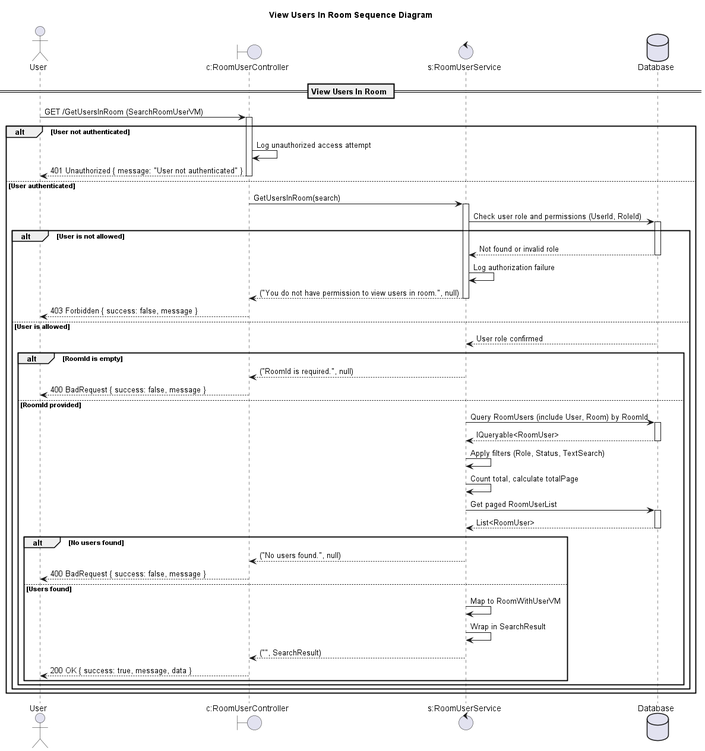
Earlier version of the PlantUML export design/out/viewroomuserssequencediagram/viewroomuserssequencediagram.png (conghoan1211/AI-Kiosk-Testing-system). Source of this version:
```plantuml
@startuml

title View Users In Room Sequence Diagram

actor "User" as Client
boundary "c:RoomUserController" as Controller
control "s:RoomUserService" as Service
database "Database" as DB

== View Users In Room ==

Client -> Controller: GET /GetUsersInRoom (SearchRoomUserVM)
activate Controller

alt User not authenticated
    Controller -> Controller: Log unauthorized access attempt
    Controller --> Client: 401 Unauthorized { message: "User not authenticated" }
    deactivate Controller
else User authenticated
    Controller -> Service: GetUsersInRoom(search)
    activate Service

    Service -> DB: Check user role and permissions (UserId, RoleId)
    activate DB
    alt User is not allowed
        DB --> Service: Not found or invalid role
        deactivate DB
        Service -> Service: Log authorization failure
        Service --> Controller: ("You do not have permission to view users in room.", null)
        deactivate Service
        Controller --> Client: 403 Forbidden { success: false, message }
        deactivate Controller
    else User is allowed
        DB --> Service: User role confirmed
        deactivate DB

        alt RoomId is empty
            Service --> Controller: ("RoomId is required.", null)
            deactivate Service
            Controller --> Client: 400 BadRequest { success: false, message }
            deactivate Controller
        else RoomId provided
            Service -> DB: Query RoomUsers (include User, Room) by RoomId
            activate DB
            DB --> Service: IQueryable<RoomUser>
            deactivate DB

            Service -> Service: Apply filters (Role, Status, TextSearch)
            Service -> Service: Count total, calculate totalPage
            Service -> DB: Get paged RoomUserList
            activate DB
            DB --> Service: List<RoomUser>
            deactivate DB

            alt No users found
                Service --> Controller: ("No users found.", null)
                deactivate Service
                Controller --> Client: 400 BadRequest { success: false, message }
                deactivate Controller
            else Users found
                Service -> Service: Map to RoomWithUserVM
                Service -> Service: Wrap in SearchResult
                Service --> Controller: ("", SearchResult)
                deactivate Service
                Controller --> Client: 200 OK { success: true, message, data }
                deactivate Controller
            end alt
        end alt
    end
end

@enduml
```
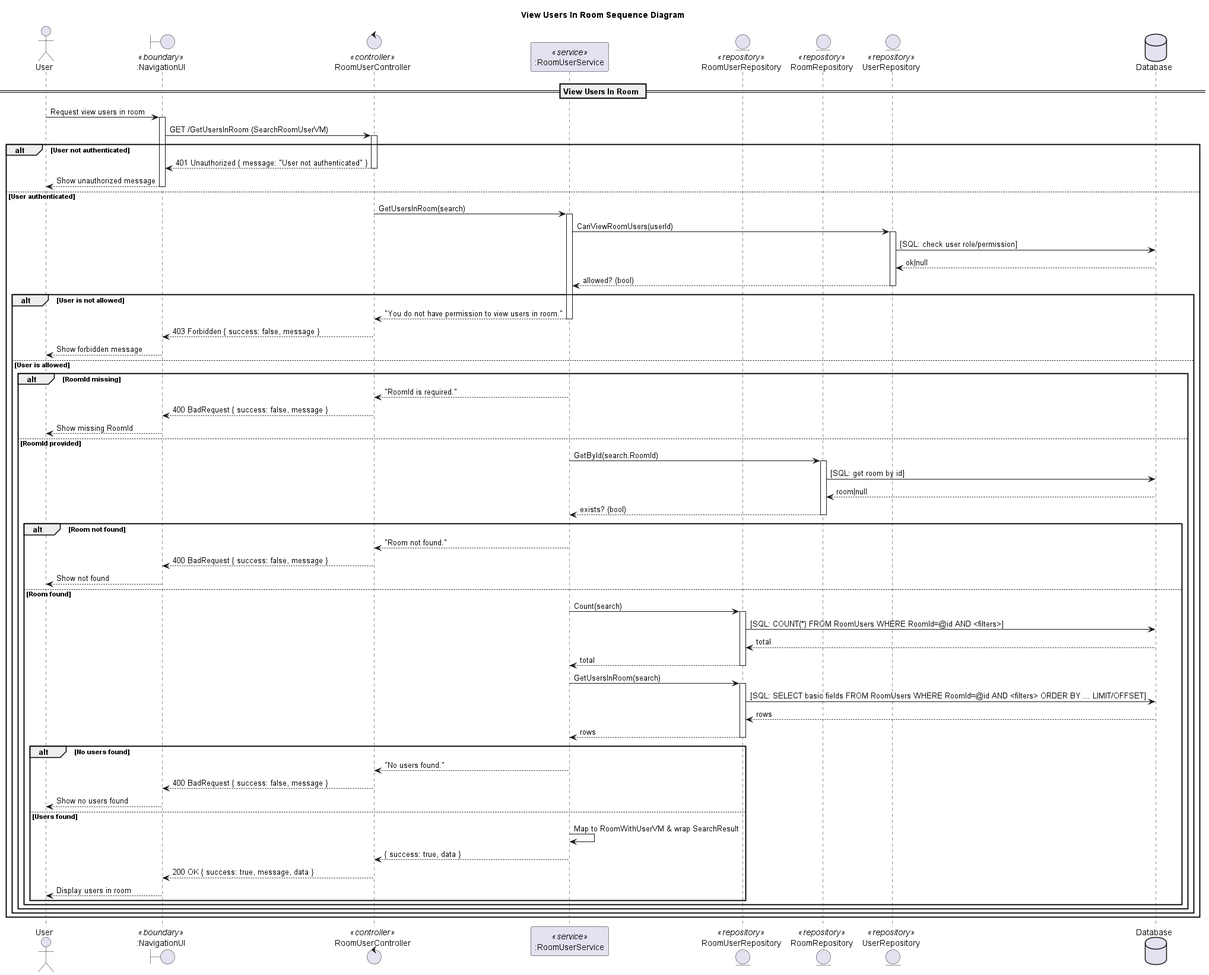
The same diagram one commit later.

Change to the diagram source:
```diff
@@ -1,72 +1,103 @@
 @startuml
-
 title View Users In Room Sequence Diagram
 
 actor "User" as Client
-boundary "c:RoomUserController" as Controller
-control "s:RoomUserService" as Service
+boundary ":NavigationUI" as UI <<boundary>>
+control "RoomUserController" as Controller <<controller>>
+participant ":RoomUserService" as Service <<service>>
+
+entity "RoomUserRepository" as RoomUserRepo <<repository>>
+entity "RoomRepository" as RoomRepo <<repository>>
+entity "UserRepository" as UserRepo <<repository>>
+
 database "Database" as DB
 
 == View Users In Room ==
 
-Client -> Controller: GET /GetUsersInRoom (SearchRoomUserVM)
+Client -> UI: Request view users in room
+activate UI
+UI -> Controller: GET /GetUsersInRoom (SearchRoomUserVM)
 activate Controller
 
 alt User not authenticated
-    Controller -> Controller: Log unauthorized access attempt
-    Controller --> Client: 401 Unauthorized { message: "User not authenticated" }
+  Controller --> UI: 401 Unauthorized { message: "User not authenticated" }
+  deactivate Controller
+  UI --> Client: Show unauthorized message
+  deactivate UI
+else User authenticated
+  Controller -> Service: GetUsersInRoom(search)
+  activate Service
+
+  Service -> UserRepo: CanViewRoomUsers(userId)
+  activate UserRepo
+  UserRepo -> DB: [SQL: check user role/permission]
+  DB --> UserRepo: ok|null
+  UserRepo --> Service: allowed? (bool)
+  deactivate UserRepo
+
+  alt User is not allowed
+    Service --> Controller: "You do not have permission to view users in room."
+    deactivate Service
+    Controller --> UI: 403 Forbidden { success: false, message }
     deactivate Controller
-else User authenticated
-    Controller -> Service: GetUsersInRoom(search)
-    activate Service
+    UI --> Client: Show forbidden message
+    deactivate UI
+  else User is allowed
+    alt RoomId missing
+      Service --> Controller: "RoomId is required."
+      deactivate Service
+      Controller --> UI: 400 BadRequest { success: false, message }
+      deactivate Controller
+      UI --> Client: Show missing RoomId
+      deactivate UI
+    else RoomId provided
+      Service -> RoomRepo: GetById(search.RoomId)
+      activate RoomRepo
+      RoomRepo -> DB: [SQL: get room by id]
+      DB --> RoomRepo: room|null
+      RoomRepo --> Service: exists? (bool)
+      deactivate RoomRepo
 
-    Service -> DB: Check user role and permissions (UserId, RoleId)
-    activate DB
-    alt User is not allowed
-        DB --> Service: Not found or invalid role
-        deactivate DB
-        Service -> Service: Log authorization failure
-        Service --> Controller: ("You do not have permission to view users in room.", null)
+      alt Room not found
+        Service --> Controller: "Room not found."
         deactivate Service
-        Controller --> Client: 403 Forbidden { success: false, message }
+        Controller --> UI: 400 BadRequest { success: false, message }
         deactivate Controller
-    else User is allowed
-        DB --> Service: User role confirmed
-        deactivate DB
+        UI --> Client: Show not found
+        deactivate UI
+      else Room found
+        Service -> RoomUserRepo: Count(search)
+        activate RoomUserRepo
+        RoomUserRepo -> DB: [SQL: COUNT(*) FROM RoomUsers WHERE RoomId=@id AND <filters>]
+        DB --> RoomUserRepo: total
+        RoomUserRepo --> Service: total
+        deactivate RoomUserRepo
 
-        alt RoomId is empty
-            Service --> Controller: ("RoomId is required.", null)
-            deactivate Service
-            Controller --> Client: 400 BadRequest { success: false, message }
-            deactivate Controller
-        else RoomId provided
-            Service -> DB: Query RoomUsers (include User, Room) by RoomId
-            activate DB
-            DB --> Service: IQueryable<RoomUser>
-            deactivate DB
+        Service -> RoomUserRepo: GetUsersInRoom(search)
+        activate RoomUserRepo
+        RoomUserRepo -> DB: [SQL: SELECT basic fields FROM RoomUsers WHERE RoomId=@id AND <filters> ORDER BY ... LIMIT/OFFSET]
+        DB --> RoomUserRepo: rows
+        RoomUserRepo --> Service: rows
+        deactivate RoomUserRepo
 
-            Service -> Service: Apply filters (Role, Status, TextSearch)
-            Service -> Service: Count total, calculate totalPage
-            Service -> DB: Get paged RoomUserList
-            activate DB
-            DB --> Service: List<RoomUser>
-            deactivate DB
-
-            alt No users found
-                Service --> Controller: ("No users found.", null)
-                deactivate Service
-                Controller --> Client: 400 BadRequest { success: false, message }
-                deactivate Controller
-            else Users found
-                Service -> Service: Map to RoomWithUserVM
-                Service -> Service: Wrap in SearchResult
-                Service --> Controller: ("", SearchResult)
-                deactivate Service
-                Controller --> Client: 200 OK { success: true, message, data }
-                deactivate Controller
-            end alt
+        alt No users found
+          Service --> Controller: "No users found."
+          deactivate Service
+          Controller --> UI: 400 BadRequest { success: false, message }
+          deactivate Controller
+          UI --> Client: Show no users found
+          deactivate UI
+        else Users found
+          Service -> Service: Map to RoomWithUserVM & wrap SearchResult
+          Service --> Controller: { success: true, data }
+          deactivate Service
+          Controller --> UI: 200 OK { success: true, message, data }
+          deactivate Controller
+          UI --> Client: Display users in room
+          deactivate UI
         end alt
-    end
-end
-
+      end alt
+    end alt
+  end alt
+end alt
 @enduml
```
